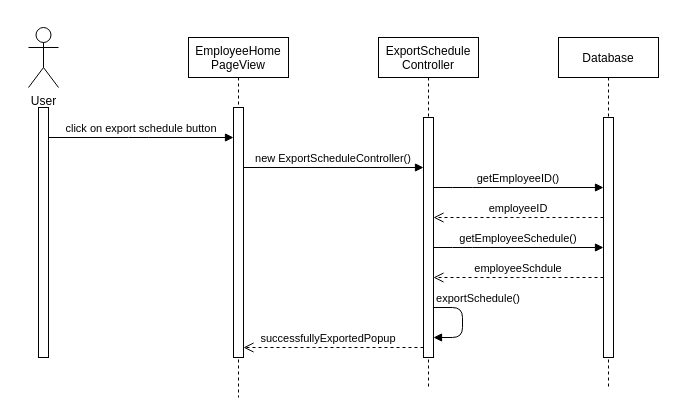
hakunhan/employee_management keeps this draw.io diagram as Diagram/Sequence Diagram/ExportSchedule.drawio. Above is the earlier version. Source tidied: cells renumbered, new cells numbered last; positions are measured from the earlier drawing's top-left corner, leaving out a move shared by most shapes. Both pictures are drawn from the tidied source at 100%, with x=0, y=0 at pixel (28, 27).
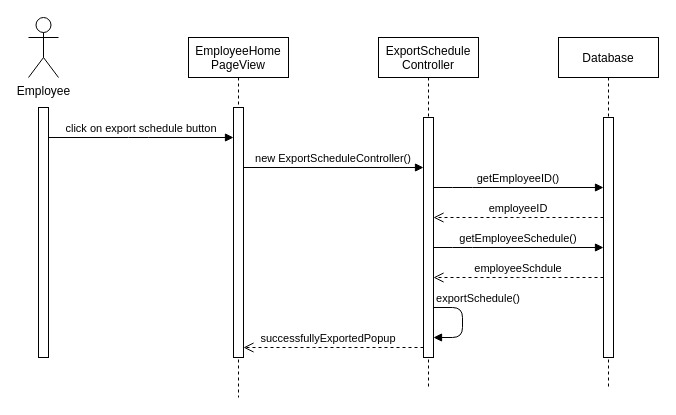
After the change.

What changed in the source:
```diff
@@
-    <mxCell id="6" value="User" style="shape=umlActor;verticalLabelPosition=bottom;verticalAlign=top;html=1;" parent="1" vertex="1">
-      <mxGeometry width="30" height="60" as="geometry" />
+    <mxCell id="6" value="Employee" style="shape=umlActor;verticalLabelPosition=bottom;verticalAlign=top;html=1;" parent="1" vertex="1">
+      <mxGeometry y="-10" width="30" height="60" as="geometry" />
     </mxCell>
```
